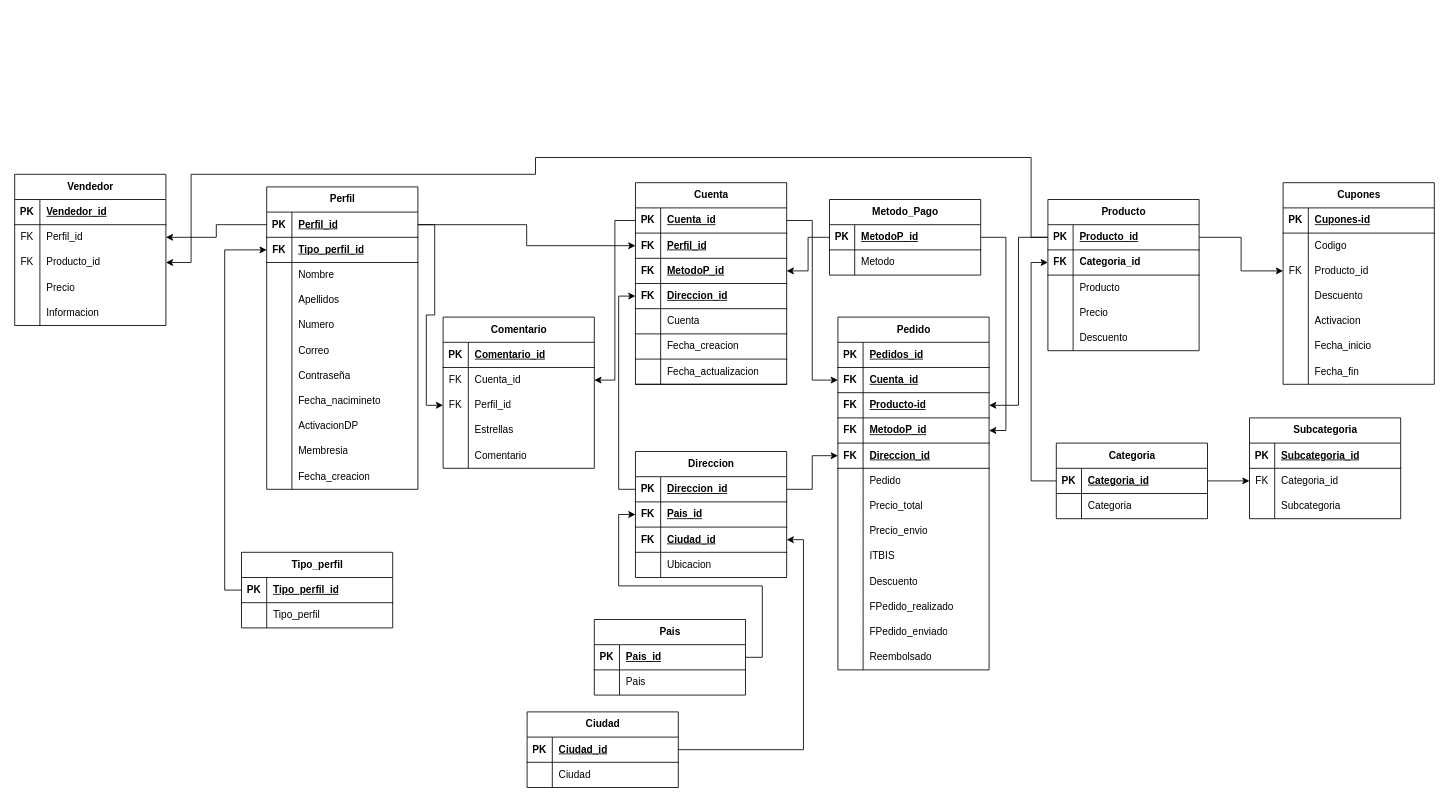
Above: TIenda_Diagrama.drawio in Theking1660/Tienda_Web (draw.io), before the change. Source tidied: cells renumbered, new cells numbered last; positions are measured from the earlier drawing's top-left corner, leaving out a move shared by most shapes. Both pictures are drawn from the tidied source at 84%, with x=0, y=0 at pixel (14, 157).
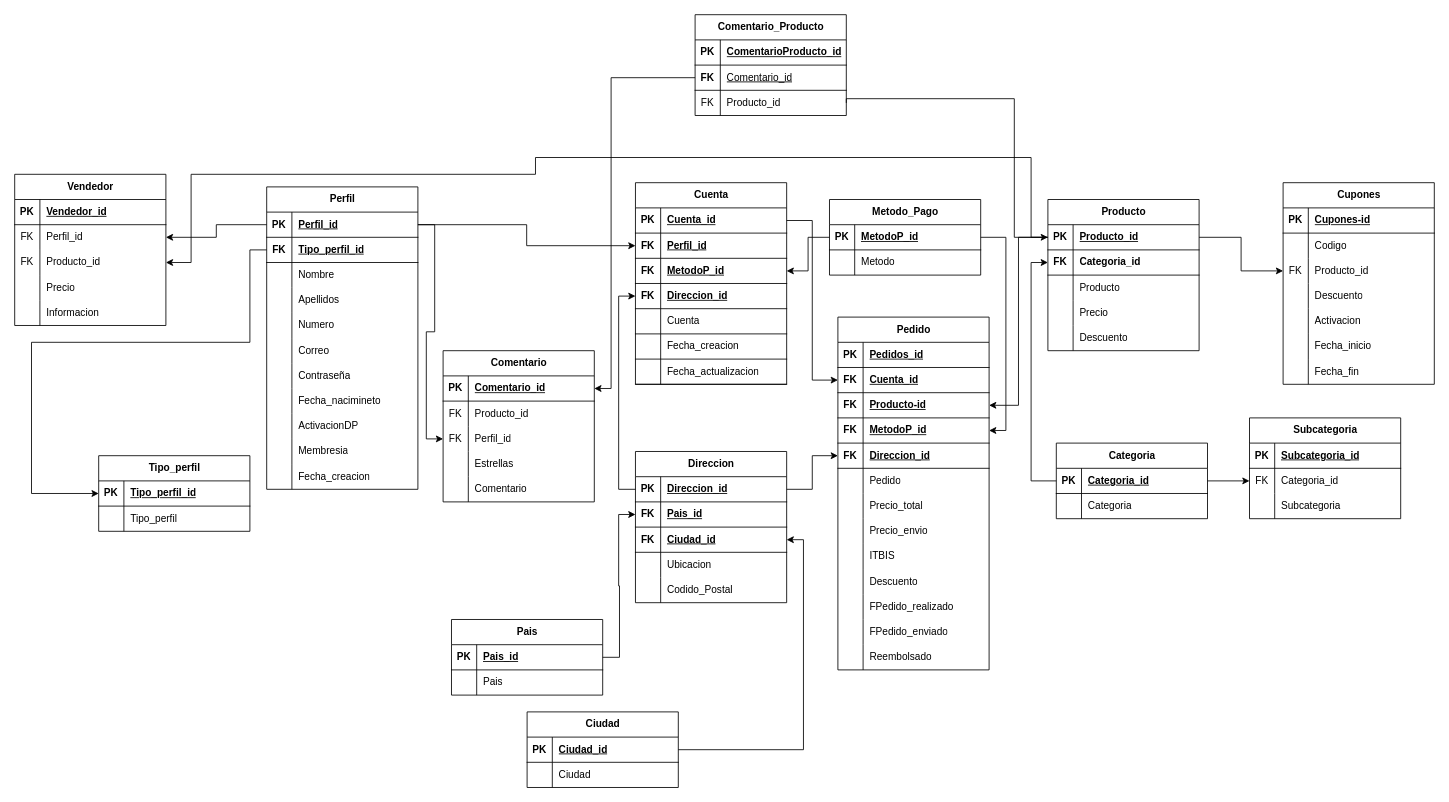
The same diagram, later.

Unchanged cells that the change refers to:
```xml
<mxCell id="6" style="shape=tableRow;horizontal=0;startSize=0;swimlaneHead=0;swimlaneBody=0;fillColor=none;points=[[0,0.5],[1,0.5]];portConstraint=eastwest;top=0;left=0;right=0;bottom=1;" parent="2" vertex="1">
  <mxGeometry y="60" width="180" height="30" as="geometry" />
</mxCell>
<mxCell id="37" style="shape=tableRow;horizontal=0;startSize=0;swimlaneHead=0;swimlaneBody=0;fillColor=none;points=[[0,0.5],[1,0.5]];portConstraint=eastwest;top=0;left=0;right=0;bottom=1;" parent="36" vertex="1">
  <mxGeometry y="30" width="180" height="30" as="geometry" />
</mxCell>
<mxCell id="60" style="shape=tableRow;horizontal=0;startSize=0;swimlaneHead=0;swimlaneBody=0;fillColor=none;points=[[0,0.5],[1,0.5]];portConstraint=eastwest;top=0;left=0;right=0;bottom=1;" parent="59" vertex="1">
  <mxGeometry y="30" width="180" height="30" as="geometry" />
</mxCell>
<mxCell id="149" style="shape=tableRow;horizontal=0;startSize=0;swimlaneHead=0;swimlaneBody=0;fillColor=none;points=[[0,0.5],[1,0.5]];portConstraint=eastwest;top=0;left=0;right=0;bottom=1;" parent="148" vertex="1">
  <mxGeometry y="30" width="180" height="30" as="geometry" />
</mxCell>
<mxCell id="224" style="shape=tableRow;horizontal=0;startSize=0;swimlaneHead=0;swimlaneBody=0;fillColor=none;points=[[0,0.5],[1,0.5]];portConstraint=eastwest;top=0;left=0;right=0;bottom=1;" parent="223" vertex="1">
  <mxGeometry y="30" width="180" height="30" as="geometry" />
</mxCell>
<mxCell id="227" style="shape=tableRow;horizontal=0;startSize=0;swimlaneHead=0;swimlaneBody=0;fillColor=none;points=[[0,0.5],[1,0.5]];portConstraint=eastwest;top=0;left=0;right=0;bottom=0;" parent="223" vertex="1">
  <mxGeometry y="60" width="180" height="30" as="geometry" />
</mxCell>
```

The edit, as a diff of the source:
```diff
@@
     <mxCell id="59" value="Tipo_perfil" style="shape=table;startSize=30;childLayout=tableLayout;rowLines=0;fontStyle=1;align=center;html=1;" parent="1" vertex="1">
-      <mxGeometry x="270" y="470" width="180" height="90" as="geometry" />
+      <mxGeometry x="100" y="355" width="180" height="90" as="geometry" />
     </mxCell>
@@
-    <mxCell id="66" style="edgeStyle=orthogonalEdgeStyle;rounded=0;jettySize=auto;html=1;entryX=0;entryY=0.5;entryDx=0;entryDy=0;exitX=0;exitY=0.5;exitDx=0;exitDy=0;" parent="1" edge="1" source="60" target="6">
-      <mxGeometry relative="1" as="geometry" />
-    </mxCell>
     <mxCell id="67" value="Direccion" style="shape=table;startSize=30;childLayout=tableLayout;rowLines=0;fontStyle=1;align=center;html=1;" parent="1" vertex="1">
-      <mxGeometry x="739" y="350" width="180" height="150" as="geometry" />
+      <mxGeometry x="739" y="350" width="180" height="180" as="geometry" />
     </mxCell>
@@
+    <mxCell id="243" style="shape=tableRow;horizontal=0;startSize=0;swimlaneHead=0;swimlaneBody=0;fillColor=none;top=0;left=0;right=0;bottom=0;" parent="67" vertex="1">
+      <mxGeometry y="150" width="180" height="30" as="geometry" />
+    </mxCell>
+    <mxCell id="244" style="shape=partialRectangle;fillColor=none;top=0;left=0;bottom=0;right=0;overflow=hidden;whiteSpace=wrap;html=1;" parent="243" vertex="1">
+      <mxGeometry width="30" height="30" as="geometry" />
+    </mxCell>
+    <mxCell id="245" value="Codido_Postal" style="shape=partialRectangle;fillColor=none;top=0;left=0;bottom=0;right=0;align=left;spacingLeft=6;overflow=hidden;whiteSpace=wrap;html=1;" parent="243" vertex="1">
+      <mxGeometry x="30" width="150" height="30" as="geometry" />
+    </mxCell>
@@
     <mxCell id="81" value="Pais" style="shape=table;startSize=30;childLayout=tableLayout;rowLines=0;fontStyle=1;align=center;html=1;" parent="1" vertex="1">
-      <mxGeometry x="690" y="550" width="180" height="90" as="geometry" />
+      <mxGeometry x="520" y="550" width="180" height="90" as="geometry" />
     </mxCell>
@@
     <mxCell id="223" value="Comentario" style="shape=table;startSize=30;childLayout=tableLayout;rowLines=0;fontStyle=1;align=center;html=1;" parent="1" vertex="1">
-      <mxGeometry x="510" y="190" width="180" height="180" as="geometry" />
+      <mxGeometry x="510" y="230" width="180" height="180" as="geometry" />
     </mxCell>
@@
-    <mxCell id="229" value="Cuenta_id" style="shape=partialRectangle;fillColor=none;top=0;left=0;bottom=0;right=0;align=left;spacingLeft=6;overflow=hidden;whiteSpace=wrap;html=1;" parent="227" vertex="1">
+    <mxCell id="229" value="Producto_id" style="shape=partialRectangle;fillColor=none;top=0;left=0;bottom=0;right=0;align=left;spacingLeft=6;overflow=hidden;whiteSpace=wrap;html=1;" parent="227" vertex="1">
       <mxGeometry x="30" width="150" height="30" as="geometry" />
     </mxCell>
@@
-    <mxCell id="240" style="edgeStyle=orthogonalEdgeStyle;rounded=0;jettySize=auto;html=1;entryX=1;entryY=0.5;entryDx=0;entryDy=0;" parent="1" edge="1" source="37" target="227">
-      <mxGeometry relative="1" as="geometry" />
-    </mxCell>
@@
+    <mxCell id="246" value="Comentario_Producto" style="shape=table;startSize=30;childLayout=tableLayout;rowLines=0;fontStyle=1;align=center;html=1;" parent="1" vertex="1">
+      <mxGeometry x="810" y="-170" width="180" height="120" as="geometry" />
+    </mxCell>
+    <mxCell id="247" style="shape=tableRow;horizontal=0;startSize=0;swimlaneHead=0;swimlaneBody=0;fillColor=none;top=0;left=0;right=0;bottom=1;" parent="246" vertex="1">
+      <mxGeometry y="30" width="180" height="30" as="geometry" />
+    </mxCell>
+    <mxCell id="248" value="PK" style="shape=partialRectangle;fillColor=none;top=0;left=0;bottom=0;right=0;fontStyle=1;overflow=hidden;whiteSpace=wrap;html=1;" parent="247" vertex="1">
+      <mxGeometry width="30" height="30" as="geometry" />
+    </mxCell>
+    <mxCell id="249" value="ComentarioProducto_id" style="shape=partialRectangle;fillColor=none;top=0;left=0;bottom=0;right=0;align=left;spacingLeft=6;fontStyle=5;overflow=hidden;whiteSpace=wrap;html=1;" parent="247" vertex="1">
+      <mxGeometry x="30" width="150" height="30" as="geometry" />
+    </mxCell>
+    <mxCell id="250" style="shape=tableRow;horizontal=0;startSize=0;swimlaneHead=0;swimlaneBody=0;fillColor=none;points=[[0,0.5],[1,0.5]];portConstraint=eastwest;top=0;left=0;right=0;bottom=1;" parent="246" vertex="1">
+      <mxGeometry y="60" width="180" height="30" as="geometry" />
+    </mxCell>
+    <mxCell id="251" value="FK" style="shape=partialRectangle;fillColor=none;top=0;left=0;bottom=0;right=0;fontStyle=1;overflow=hidden;whiteSpace=wrap;html=1;" parent="250" vertex="1">
+      <mxGeometry width="30" height="30" as="geometry" />
+    </mxCell>
+    <mxCell id="252" value="&lt;span style=&quot;font-weight: normal;&quot;&gt;Comentario_id&lt;/span&gt;" style="shape=partialRectangle;fillColor=none;top=0;left=0;bottom=0;right=0;align=left;spacingLeft=6;fontStyle=5;overflow=hidden;whiteSpace=wrap;html=1;" parent="250" vertex="1">
+      <mxGeometry x="30" width="150" height="30" as="geometry" />
+    </mxCell>
+    <mxCell id="253" style="shape=tableRow;horizontal=0;startSize=0;swimlaneHead=0;swimlaneBody=0;fillColor=none;points=[[0,0.5],[1,0.5]];portConstraint=eastwest;top=0;left=0;right=0;bottom=0;" parent="246" vertex="1">
+      <mxGeometry y="90" width="180" height="30" as="geometry" />
+    </mxCell>
+    <mxCell id="254" value="FK" style="shape=partialRectangle;fillColor=none;top=0;left=0;bottom=0;right=0;overflow=hidden;whiteSpace=wrap;html=1;" parent="253" vertex="1">
+      <mxGeometry width="30" height="30" as="geometry" />
+    </mxCell>
+    <mxCell id="255" value="Producto_id" style="shape=partialRectangle;fillColor=none;top=0;left=0;bottom=0;right=0;align=left;spacingLeft=6;overflow=hidden;whiteSpace=wrap;html=1;" parent="253" vertex="1">
+      <mxGeometry x="30" width="150" height="30" as="geometry" />
+    </mxCell>
+    <mxCell id="256" style="edgeStyle=orthogonalEdgeStyle;rounded=0;jettySize=auto;html=1;exitX=0;exitY=0.5;exitDx=0;exitDy=0;entryX=1;entryY=0.5;entryDx=0;entryDy=0;" parent="1" edge="1" source="250" target="224">
+      <mxGeometry relative="1" as="geometry">
+        <Array as="points">
+          <mxPoint x="710" y="-95" />
+          <mxPoint x="710" y="275" />
+        </Array>
+      </mxGeometry>
+    </mxCell>
+    <mxCell id="257" style="edgeStyle=orthogonalEdgeStyle;rounded=0;jettySize=auto;html=1;exitX=1;exitY=0.5;exitDx=0;exitDy=0;entryX=0;entryY=0.5;entryDx=0;entryDy=0;" parent="1" edge="1" source="253" target="149">
+      <mxGeometry relative="1" as="geometry">
+        <Array as="points">
+          <mxPoint x="990" y="-70" />
+          <mxPoint x="1190" y="-70" />
+          <mxPoint x="1190" y="95" />
+        </Array>
+      </mxGeometry>
+    </mxCell>
+    <mxCell id="258" style="edgeStyle=orthogonalEdgeStyle;rounded=0;jettySize=auto;html=1;exitX=0;exitY=0.5;exitDx=0;exitDy=0;entryX=0;entryY=0.5;entryDx=0;entryDy=0;" parent="1" edge="1" source="6" target="60">
+      <mxGeometry relative="1" as="geometry">
+        <Array as="points">
+          <mxPoint x="280" y="110" />
+          <mxPoint x="280" y="220" />
+          <mxPoint x="20" y="220" />
+          <mxPoint x="20" y="400" />
+        </Array>
+      </mxGeometry>
+    </mxCell>
```
